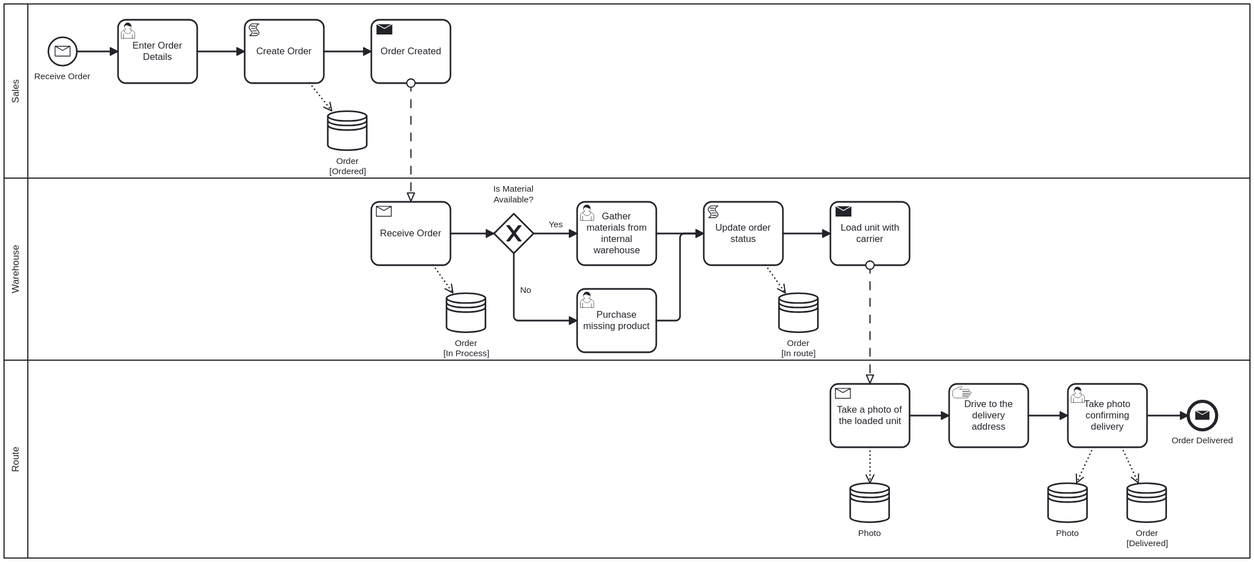
The BPMN diagram diagrams/BPMN Diagram.svg in AL02756911/Applications-Ev1, before a commit. Its source is kept beside it as diagrams/BPMN Diagram.bpmn. Ids are renumbered.
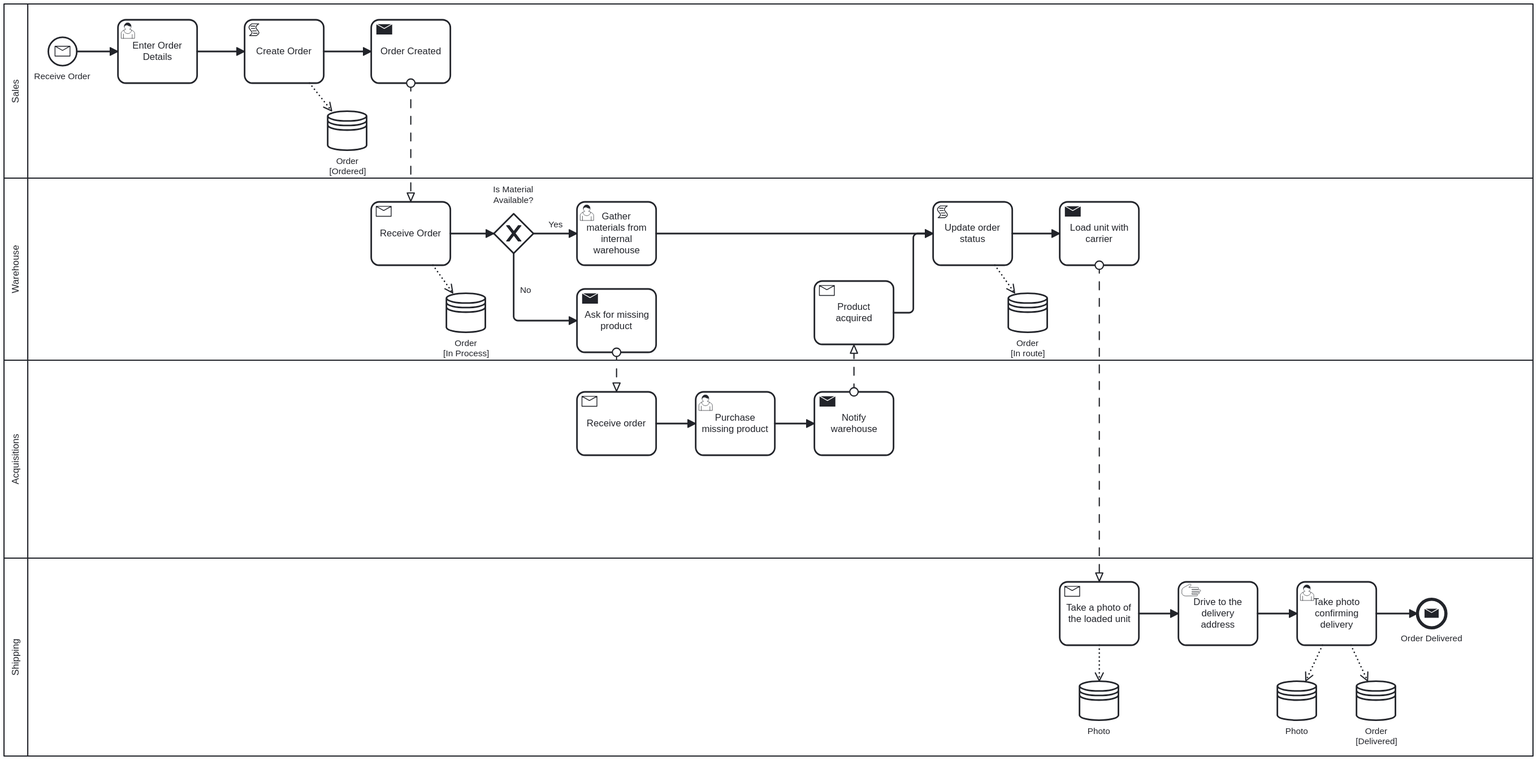
After the change.

Change to the diagram source:
```diff
@@ -2,9 +2,12 @@
   <bpmn:collaboration id="Collaboration_n2">
     <bpmn:participant id="Participant_n3" name="Sales" processRef="Process_n4" />
     <bpmn:participant id="Participant_n5" name="Warehouse" processRef="Process_n6" />
-    <bpmn:participant id="Participant_n7" name="Route" processRef="Process_n8" />
+    <bpmn:participant id="Participant_n7" name="Shipping" processRef="Process_n8" />
+    <bpmn:participant id="Participant_n51" name="Acquisitions" processRef="Process_n52" />
     <bpmn:messageFlow id="Flow_n9" sourceRef="Activity_n10" targetRef="Activity_n11" />
     <bpmn:messageFlow id="Flow_n12" sourceRef="Activity_n13" targetRef="Activity_n14" />
+    <bpmn:messageFlow id="Flow_n53" sourceRef="Activity_n30" targetRef="Activity_n54" />
+    <bpmn:messageFlow id="Flow_n55" sourceRef="Activity_n56" targetRef="Activity_n57" />
   </bpmn:collaboration>
   <bpmn:process id="Process_n4" isExecutable="false">
     <bpmn:startEvent id="Event_n15" name="Receive Order">
@@ -43,17 +46,23 @@
       <bpmn:outgoing>Flow_n28</bpmn:outgoing>
       <bpmn:outgoing>Flow_n29</bpmn:outgoing>
     </bpmn:exclusiveGateway>
-    <bpmn:userTask id="Activity_n30" name="Purchase missing product">
-      <bpmn:incoming>Flow_n28</bpmn:incoming>
-      <bpmn:outgoing>Flow_n31</bpmn:outgoing>
-    </bpmn:userTask>
     <bpmn:userTask id="Activity_n32" name="Gather materials from internal warehouse">
       <bpmn:incoming>Flow_n29</bpmn:incoming>
       <bpmn:outgoing>Flow_n33</bpmn:outgoing>
     </bpmn:userTask>
+    <bpmn:sequenceFlow id="Flow_n24" sourceRef="Activity_n11" targetRef="Gateway_n27" />
+    <bpmn:sequenceFlow id="Flow_n28" name="No" sourceRef="Gateway_n27" targetRef="Activity_n30" />
+    <bpmn:sequenceFlow id="Flow_n29" name="Yes" sourceRef="Gateway_n27" targetRef="Activity_n32" />
+    <bpmn:sequenceFlow id="Flow_n33" sourceRef="Activity_n32" targetRef="Activity_n34" />
+    <bpmn:sendTask id="Activity_n30" name="Ask for missing product">
+      <bpmn:incoming>Flow_n28</bpmn:incoming>
+    </bpmn:sendTask>
+    <bpmn:receiveTask id="Activity_n57" name="Product acquired">
+      <bpmn:outgoing>Flow_n58</bpmn:outgoing>
+    </bpmn:receiveTask>
     <bpmn:scriptTask id="Activity_n34" name="Update order status">
       <bpmn:incoming>Flow_n33</bpmn:incoming>
-      <bpmn:incoming>Flow_n31</bpmn:incoming>
+      <bpmn:incoming>Flow_n58</bpmn:incoming>
       <bpmn:outgoing>Flow_n35</bpmn:outgoing>
       <bpmn:dataOutputAssociation id="DataOutputAssociation_n36">
         <bpmn:targetRef>DataStoreReference_n37</bpmn:targetRef>
@@ -63,12 +72,8 @@
     <bpmn:sendTask id="Activity_n13" name="Load unit with carrier">
       <bpmn:incoming>Flow_n35</bpmn:incoming>
     </bpmn:sendTask>
-    <bpmn:sequenceFlow id="Flow_n24" sourceRef="Activity_n11" targetRef="Gateway_n27" />
-    <bpmn:sequenceFlow id="Flow_n28" name="No" sourceRef="Gateway_n27" targetRef="Activity_n30" />
-    <bpmn:sequenceFlow id="Flow_n29" name="Yes" sourceRef="Gateway_n27" targetRef="Activity_n32" />
-    <bpmn:sequenceFlow id="Flow_n31" sourceRef="Activity_n30" targetRef="Activity_n34" />
-    <bpmn:sequenceFlow id="Flow_n33" sourceRef="Activity_n32" targetRef="Activity_n34" />
     <bpmn:sequenceFlow id="Flow_n35" sourceRef="Activity_n34" targetRef="Activity_n13" />
+    <bpmn:sequenceFlow id="Flow_n58" sourceRef="Activity_n57" targetRef="Activity_n34" />
   </bpmn:process>
   <bpmn:process id="Process_n8">
     <bpmn:receiveTask id="Activity_n14" name="Take a photo of the loaded unit">
@@ -82,6 +87,7 @@
       <bpmn:incoming>Flow_n38</bpmn:incoming>
       <bpmn:outgoing>Flow_n42</bpmn:outgoing>
     </bpmn:manualTask>
+    <bpmn:dataStoreReference id="DataStoreReference_n46" name="Photo" />
     <bpmn:userTask id="Activity_n43" name="Take photo confirming delivery">
       <bpmn:incoming>Flow_n42</bpmn:incoming>
       <bpmn:outgoing>Flow_n44</bpmn:outgoing>
@@ -92,7 +98,6 @@
         <bpmn:targetRef>DataStoreReference_n48</bpmn:targetRef>
       </bpmn:dataOutputAssociation>
     </bpmn:userTask>
-    <bpmn:dataStoreReference id="DataStoreReference_n46" name="Photo" />
     <bpmn:dataStoreReference id="DataStoreReference_n48" name="Order&#10;[Delivered]" />
     <bpmn:endEvent id="Event_n49" name="Order Delivered">
       <bpmn:incoming>Flow_n44</bpmn:incoming>
@@ -102,10 +107,24 @@
     <bpmn:sequenceFlow id="Flow_n42" sourceRef="Activity_n41" targetRef="Activity_n43" />
     <bpmn:sequenceFlow id="Flow_n44" sourceRef="Activity_n43" targetRef="Event_n49" />
   </bpmn:process>
+  <bpmn:process id="Process_n52">
+    <bpmn:receiveTask id="Activity_n54" name="Receive order">
+      <bpmn:outgoing>Flow_n59</bpmn:outgoing>
+    </bpmn:receiveTask>
+    <bpmn:sequenceFlow id="Flow_n59" sourceRef="Activity_n54" targetRef="Activity_n60" />
+    <bpmn:userTask id="Activity_n60" name="Purchase missing product">
+      <bpmn:incoming>Flow_n59</bpmn:incoming>
+      <bpmn:outgoing>Flow_n61</bpmn:outgoing>
+    </bpmn:userTask>
+    <bpmn:sequenceFlow id="Flow_n61" sourceRef="Activity_n60" targetRef="Activity_n56" />
+    <bpmn:sendTask id="Activity_n56" name="Notify warehouse">
+      <bpmn:incoming>Flow_n61</bpmn:incoming>
+    </bpmn:sendTask>
+  </bpmn:process>
   <bpmndi:BPMNDiagram id="BPMNDiagram_1">
     <bpmndi:BPMNPlane id="BPMNPlane_1" bpmnElement="Collaboration_n2">
       <bpmndi:BPMNShape id="Participant_n3_di" bpmnElement="Participant_n3" isHorizontal="true" isExpanded="true">
-        <dc:Bounds x="156" y="120" width="1574" height="220" />
+        <dc:Bounds x="156" y="120" width="1932" height="220" />
         <bpmndi:BPMNLabel />
       </bpmndi:BPMNShape>
       <bpmndi:BPMNShape id="Event_0o577p5_di" bpmnElement="Event_n15">
@@ -144,7 +163,7 @@
         <di:waypoint x="620" y="180" />
       </bpmndi:BPMNEdge>
       <bpmndi:BPMNShape id="Participant_n5_di" bpmnElement="Participant_n5" isHorizontal="true">
-        <dc:Bounds x="156" y="340" width="1574" height="230" />
+        <dc:Bounds x="156" y="340" width="1932" height="230" />
         <bpmndi:BPMNLabel />
       </bpmndi:BPMNShape>
       <bpmndi:BPMNShape id="Activity_0wdpc87_di" bpmnElement="Activity_n11">
@@ -163,36 +182,32 @@
           <dc:Bounds x="774" y="347.5" width="51" height="27" />
         </bpmndi:BPMNLabel>
       </bpmndi:BPMNShape>
-      <bpmndi:BPMNShape id="Activity_14xj00c_di" bpmnElement="Activity_n30">
-        <dc:Bounds x="880" y="480" width="100" height="80" />
-        <bpmndi:BPMNLabel />
-      </bpmndi:BPMNShape>
       <bpmndi:BPMNShape id="Activity_0adalz1_di" bpmnElement="Activity_n32">
         <dc:Bounds x="880" y="370" width="100" height="80" />
         <bpmndi:BPMNLabel />
       </bpmndi:BPMNShape>
+      <bpmndi:BPMNShape id="Activity_0hhpsmc_di" bpmnElement="Activity_n30">
+        <dc:Bounds x="880" y="480" width="100" height="80" />
+      </bpmndi:BPMNShape>
+      <bpmndi:BPMNShape id="Activity_1b39xuw_di" bpmnElement="Activity_n57">
+        <dc:Bounds x="1180" y="470" width="100" height="80" />
+        <bpmndi:BPMNLabel />
+      </bpmndi:BPMNShape>
       <bpmndi:BPMNShape id="Activity_0fl05qg_di" bpmnElement="Activity_n34">
-        <dc:Bounds x="1040" y="370" width="100" height="80" />
+        <dc:Bounds x="1330" y="370" width="100" height="80" />
       </bpmndi:BPMNShape>
       <bpmndi:BPMNShape id="DataStoreReference_n37_di" bpmnElement="DataStoreReference_n37">
-        <dc:Bounds x="1135" y="485" width="50" height="50" />
+        <dc:Bounds x="1425" y="485" width="50" height="50" />
         <bpmndi:BPMNLabel>
-          <dc:Bounds x="1138" y="542" width="44" height="27" />
+          <dc:Bounds x="1428" y="542" width="44" height="27" />
         </bpmndi:BPMNLabel>
       </bpmndi:BPMNShape>
       <bpmndi:BPMNShape id="Activity_1a11gn2_di" bpmnElement="Activity_n13">
-        <dc:Bounds x="1200" y="370" width="100" height="80" />
+        <dc:Bounds x="1490" y="370" width="100" height="80" />
       </bpmndi:BPMNShape>
       <bpmndi:BPMNEdge id="Flow_n24_di" bpmnElement="Flow_n24">
         <di:waypoint x="720" y="410" />
         <di:waypoint x="775" y="410" />
-      </bpmndi:BPMNEdge>
-      <bpmndi:BPMNEdge id="Flow_n29_di" bpmnElement="Flow_n29">
-        <di:waypoint x="825" y="410" />
-        <di:waypoint x="880" y="410" />
-        <bpmndi:BPMNLabel>
-          <dc:Bounds x="844" y="392" width="18" height="14" />
-        </bpmndi:BPMNLabel>
       </bpmndi:BPMNEdge>
       <bpmndi:BPMNEdge id="Flow_n28_di" bpmnElement="Flow_n28">
         <di:waypoint x="800" y="435" />
@@ -202,103 +217,141 @@
           <dc:Bounds x="808" y="475" width="15" height="14" />
         </bpmndi:BPMNLabel>
       </bpmndi:BPMNEdge>
+      <bpmndi:BPMNEdge id="Flow_n29_di" bpmnElement="Flow_n29">
+        <di:waypoint x="825" y="410" />
+        <di:waypoint x="880" y="410" />
+        <bpmndi:BPMNLabel>
+          <dc:Bounds x="844" y="392" width="18" height="14" />
+        </bpmndi:BPMNLabel>
+      </bpmndi:BPMNEdge>
       <bpmndi:BPMNEdge id="Flow_n33_di" bpmnElement="Flow_n33">
         <di:waypoint x="980" y="410" />
-        <di:waypoint x="1040" y="410" />
-      </bpmndi:BPMNEdge>
-      <bpmndi:BPMNEdge id="Flow_n31_di" bpmnElement="Flow_n31">
-        <di:waypoint x="980" y="520" />
-        <di:waypoint x="1010" y="520" />
-        <di:waypoint x="1010" y="410" />
-        <di:waypoint x="1040" y="410" />
+        <di:waypoint x="1330" y="410" />
       </bpmndi:BPMNEdge>
       <bpmndi:BPMNEdge id="Flow_n35_di" bpmnElement="Flow_n35">
-        <di:waypoint x="1140" y="410" />
-        <di:waypoint x="1200" y="410" />
+        <di:waypoint x="1430" y="410" />
+        <di:waypoint x="1490" y="410" />
+      </bpmndi:BPMNEdge>
+      <bpmndi:BPMNEdge id="Flow_n58_di" bpmnElement="Flow_n58">
+        <di:waypoint x="1280" y="510" />
+        <di:waypoint x="1305" y="510" />
+        <di:waypoint x="1305" y="410" />
+        <di:waypoint x="1330" y="410" />
+      </bpmndi:BPMNEdge>
+      <bpmndi:BPMNShape id="Participant_n51_di" bpmnElement="Participant_n51" isHorizontal="true">
+        <dc:Bounds x="156" y="570" width="1932" height="250" />
+        <bpmndi:BPMNLabel />
+      </bpmndi:BPMNShape>
+      <bpmndi:BPMNShape id="Activity_1mg7em5_di" bpmnElement="Activity_n54">
+        <dc:Bounds x="880" y="610" width="100" height="80" />
+        <bpmndi:BPMNLabel />
+      </bpmndi:BPMNShape>
+      <bpmndi:BPMNShape id="Activity_1k7o8aa_di" bpmnElement="Activity_n60">
+        <dc:Bounds x="1030" y="610" width="100" height="80" />
+        <bpmndi:BPMNLabel />
+      </bpmndi:BPMNShape>
+      <bpmndi:BPMNShape id="Activity_01y3dke_di" bpmnElement="Activity_n56">
+        <dc:Bounds x="1180" y="610" width="100" height="80" />
+      </bpmndi:BPMNShape>
+      <bpmndi:BPMNEdge id="Flow_n59_di" bpmnElement="Flow_n59">
+        <di:waypoint x="980" y="650" />
+        <di:waypoint x="1030" y="650" />
+      </bpmndi:BPMNEdge>
+      <bpmndi:BPMNEdge id="Flow_n61_di" bpmnElement="Flow_n61">
+        <di:waypoint x="1130" y="650" />
+        <di:waypoint x="1180" y="650" />
       </bpmndi:BPMNEdge>
       <bpmndi:BPMNShape id="Participant_n7_di" bpmnElement="Participant_n7" isHorizontal="true">
-        <dc:Bounds x="156" y="570" width="1574" height="250" />
+        <dc:Bounds x="156" y="820" width="1932" height="250" />
         <bpmndi:BPMNLabel />
       </bpmndi:BPMNShape>
       <bpmndi:BPMNShape id="Activity_07qm0hk_di" bpmnElement="Activity_n14">
-        <dc:Bounds x="1200" y="600" width="100" height="80" />
+        <dc:Bounds x="1490" y="850" width="100" height="80" />
         <bpmndi:BPMNLabel />
       </bpmndi:BPMNShape>
       <bpmndi:BPMNShape id="DataStoreReference_n40_di" bpmnElement="DataStoreReference_n40">
-        <dc:Bounds x="1225" y="725" width="50" height="50" />
+        <dc:Bounds x="1515" y="975" width="50" height="50" />
         <bpmndi:BPMNLabel>
-          <dc:Bounds x="1235" y="782" width="30" height="14" />
+          <dc:Bounds x="1525" y="1032" width="30" height="14" />
         </bpmndi:BPMNLabel>
       </bpmndi:BPMNShape>
       <bpmndi:BPMNShape id="Activity_0iylivm_di" bpmnElement="Activity_n41">
-        <dc:Bounds x="1350" y="600" width="100" height="80" />
-        <bpmndi:BPMNLabel />
-      </bpmndi:BPMNShape>
-      <bpmndi:BPMNShape id="Activity_n43_di" bpmnElement="Activity_n43">
-        <dc:Bounds x="1500" y="600" width="100" height="80" />
+        <dc:Bounds x="1640" y="850" width="100" height="80" />
         <bpmndi:BPMNLabel />
       </bpmndi:BPMNShape>
       <bpmndi:BPMNShape id="DataStoreReference_n46_di" bpmnElement="DataStoreReference_n46">
-        <dc:Bounds x="1475" y="725" width="50" height="50" />
+        <dc:Bounds x="1765" y="975" width="50" height="50" />
         <bpmndi:BPMNLabel>
-          <dc:Bounds x="1485" y="782" width="30" height="14" />
+          <dc:Bounds x="1775" y="1032" width="30" height="14" />
         </bpmndi:BPMNLabel>
       </bpmndi:BPMNShape>
+      <bpmndi:BPMNShape id="Activity_n43_di" bpmnElement="Activity_n43">
+        <dc:Bounds x="1790" y="850" width="100" height="80" />
+        <bpmndi:BPMNLabel />
+      </bpmndi:BPMNShape>
       <bpmndi:BPMNShape id="DataStoreReference_n48_di" bpmnElement="DataStoreReference_n48">
-        <dc:Bounds x="1575" y="725" width="50" height="50" />
+        <dc:Bounds x="1865" y="975" width="50" height="50" />
         <bpmndi:BPMNLabel>
-          <dc:Bounds x="1574" y="782" width="53" height="27" />
+          <dc:Bounds x="1864" y="1032" width="53" height="27" />
         </bpmndi:BPMNLabel>
       </bpmndi:BPMNShape>
       <bpmndi:BPMNShape id="Event_0ulon4n_di" bpmnElement="Event_n49">
-        <dc:Bounds x="1652" y="622" width="36" height="36" />
+        <dc:Bounds x="1942" y="872" width="36" height="36" />
         <bpmndi:BPMNLabel>
-          <dc:Bounds x="1631" y="665" width="78" height="14" />
+          <dc:Bounds x="1921" y="915" width="78" height="14" />
         </bpmndi:BPMNLabel>
       </bpmndi:BPMNShape>
       <bpmndi:BPMNEdge id="Flow_n38_di" bpmnElement="Flow_n38">
-        <di:waypoint x="1300" y="640" />
-        <di:waypoint x="1350" y="640" />
+        <di:waypoint x="1590" y="890" />
+        <di:waypoint x="1640" y="890" />
       </bpmndi:BPMNEdge>
       <bpmndi:BPMNEdge id="Flow_n42_di" bpmnElement="Flow_n42">
-        <di:waypoint x="1450" y="640" />
-        <di:waypoint x="1500" y="640" />
+        <di:waypoint x="1740" y="890" />
+        <di:waypoint x="1790" y="890" />
       </bpmndi:BPMNEdge>
       <bpmndi:BPMNEdge id="Flow_n44_di" bpmnElement="Flow_n44">
-        <di:waypoint x="1600" y="640" />
-        <di:waypoint x="1652" y="640" />
+        <di:waypoint x="1890" y="890" />
+        <di:waypoint x="1942" y="890" />
       </bpmndi:BPMNEdge>
       <bpmndi:BPMNEdge id="DataOutputAssociation_n22_di" bpmnElement="DataOutputAssociation_n22">
         <di:waypoint x="542" y="220" />
         <di:waypoint x="570" y="255" />
       </bpmndi:BPMNEdge>
+      <bpmndi:BPMNEdge id="DataOutputAssociation_n25_di" bpmnElement="DataOutputAssociation_n25">
+        <di:waypoint x="698" y="450" />
+        <di:waypoint x="723" y="485" />
+      </bpmndi:BPMNEdge>
       <bpmndi:BPMNEdge id="Flow_n9_di" bpmnElement="Flow_n9">
         <di:waypoint x="670" y="220" />
         <di:waypoint x="670" y="370" />
       </bpmndi:BPMNEdge>
-      <bpmndi:BPMNEdge id="DataOutputAssociation_n25_di" bpmnElement="DataOutputAssociation_n25">
-        <di:waypoint x="698" y="450" />
-        <di:waypoint x="723" y="485" />
+      <bpmndi:BPMNEdge id="Flow_n53_di" bpmnElement="Flow_n53">
+        <di:waypoint x="930" y="560" />
+        <di:waypoint x="930" y="610" />
+      </bpmndi:BPMNEdge>
+      <bpmndi:BPMNEdge id="Flow_n55_di" bpmnElement="Flow_n55">
+        <di:waypoint x="1230" y="610" />
+        <di:waypoint x="1230" y="550" />
       </bpmndi:BPMNEdge>
       <bpmndi:BPMNEdge id="DataOutputAssociation_n36_di" bpmnElement="DataOutputAssociation_n36">
-        <di:waypoint x="1118" y="450" />
-        <di:waypoint x="1143" y="485" />
+        <di:waypoint x="1408" y="450" />
+        <di:waypoint x="1433" y="485" />
       </bpmndi:BPMNEdge>
       <bpmndi:BPMNEdge id="Flow_n12_di" bpmnElement="Flow_n12">
-        <di:waypoint x="1250" y="450" />
-        <di:waypoint x="1250" y="600" />
+        <di:waypoint x="1540" y="450" />
+        <di:waypoint x="1540" y="850" />
       </bpmndi:BPMNEdge>
       <bpmndi:BPMNEdge id="DataOutputAssociation_n39_di" bpmnElement="DataOutputAssociation_n39">
-        <di:waypoint x="1250" y="680" />
-        <di:waypoint x="1250" y="725" />
+        <di:waypoint x="1540" y="930" />
+        <di:waypoint x="1540" y="975" />
       </bpmndi:BPMNEdge>
       <bpmndi:BPMNEdge id="DataOutputAssociation_n45_di" bpmnElement="DataOutputAssociation_n45">
-        <di:waypoint x="1532" y="680" />
-        <di:waypoint x="1511" y="725" />
+        <di:waypoint x="1822" y="930" />
+        <di:waypoint x="1801" y="975" />
       </bpmndi:BPMNEdge>
       <bpmndi:BPMNEdge id="DataOutputAssociation_n47_di" bpmnElement="DataOutputAssociation_n47">
-        <di:waypoint x="1568" y="680" />
-        <di:waypoint x="1589" y="725" />
+        <di:waypoint x="1858" y="930" />
+        <di:waypoint x="1879" y="975" />
       </bpmndi:BPMNEdge>
     </bpmndi:BPMNPlane>
   </bpmndi:BPMNDiagram>
```
